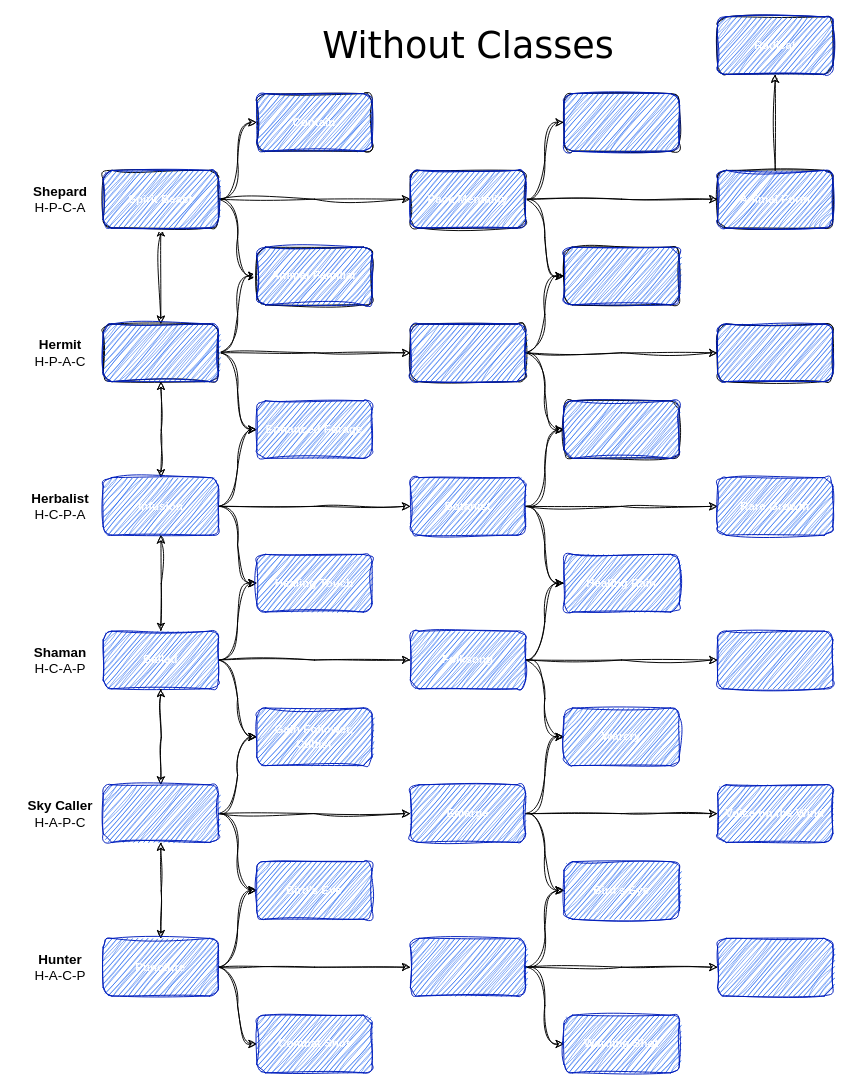
Above: handbook/class_trees/without_classes_diagram.drawio in njs992/nialls_adventure_game (draw.io), before the change. Source tidied: cells renumbered, new cells numbered last; positions are measured from the earlier drawing's top-left corner, leaving out a move shared by most shapes. Both pictures are drawn from the tidied source at 96%, with x=0, y=0 at pixel (16, 16).
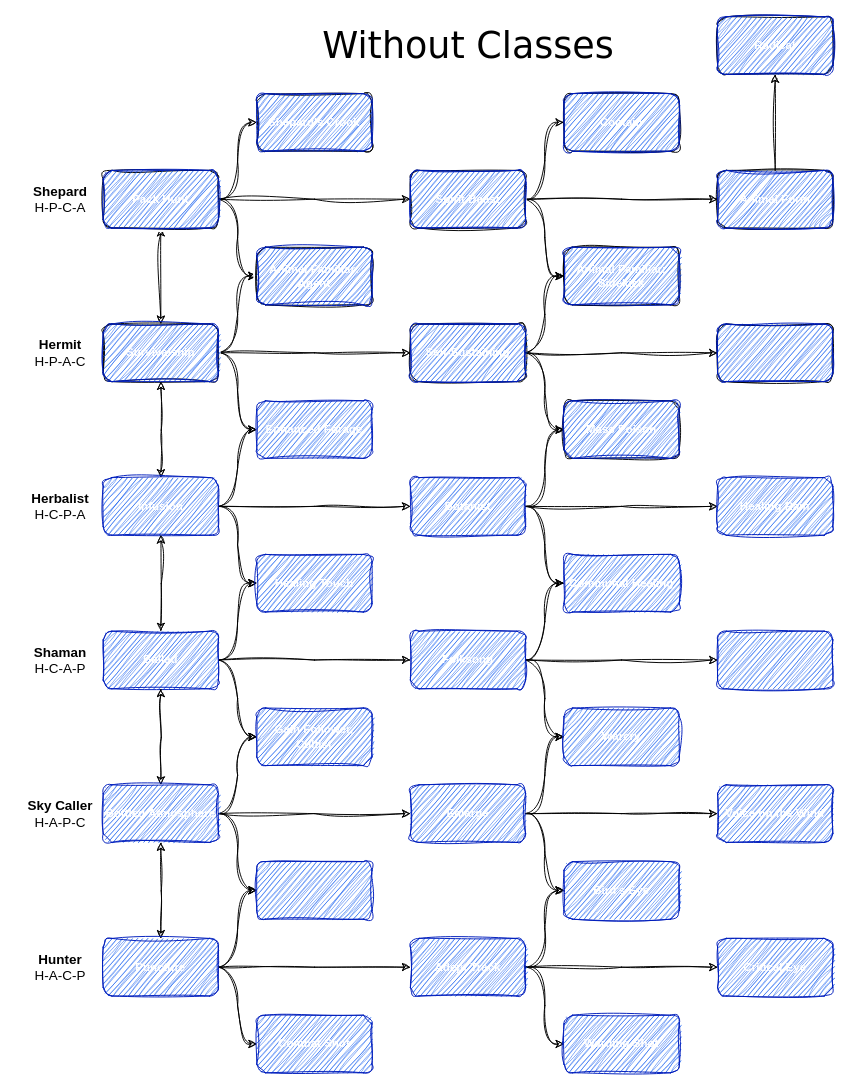
After the change.

What changed in the source:
```diff
@@
-    <mxCell id="30" style="rounded=1;whiteSpace=wrap;html=1;labelBackgroundColor=none;fillColor=#0050ef;strokeColor=#001DBC;fontColor=#ffffff;sketch=1;curveFitting=1;jiggle=2;fontStyle=1;" parent="1" vertex="1">
+    <mxCell id="30" value="Bottled Atmosphere" style="rounded=1;whiteSpace=wrap;html=1;labelBackgroundColor=none;fillColor=#0050ef;strokeColor=#001DBC;fontColor=#ffffff;sketch=1;curveFitting=1;jiggle=2;fontStyle=1;" parent="1" vertex="1">
       <mxGeometry x="90" y="800" width="120" height="60" as="geometry" />
     </mxCell>
@@
-    <mxCell id="37" value="Bird's Eye" style="rounded=1;whiteSpace=wrap;html=1;labelBackgroundColor=none;fillColor=#0050ef;strokeColor=#001DBC;fontColor=#ffffff;sketch=1;curveFitting=1;jiggle=2;fontStyle=1;" parent="1" vertex="1">
+    <mxCell id="37" style="rounded=1;whiteSpace=wrap;html=1;labelBackgroundColor=none;fillColor=#0050ef;strokeColor=#001DBC;fontColor=#ffffff;sketch=1;curveFitting=1;jiggle=2;fontStyle=1;" parent="1" vertex="1">
       <mxGeometry x="250" y="880" width="120" height="60" as="geometry" />
     </mxCell>
@@
-    <mxCell id="58" value="Healing Rain" style="rounded=1;whiteSpace=wrap;html=1;labelBackgroundColor=none;fillColor=#0050ef;strokeColor=#001DBC;fontColor=#ffffff;sketch=1;curveFitting=1;jiggle=2;fontStyle=1;" parent="1" vertex="1">
+    <mxCell id="58" value="Communal Healing" style="rounded=1;whiteSpace=wrap;html=1;labelBackgroundColor=none;fillColor=#0050ef;strokeColor=#001DBC;fontColor=#ffffff;sketch=1;curveFitting=1;jiggle=2;fontStyle=1;" parent="1" vertex="1">
       <mxGeometry x="570" y="560" width="120" height="60" as="geometry" />
     </mxCell>
@@
-    <mxCell id="67" style="rounded=1;whiteSpace=wrap;html=1;labelBackgroundColor=none;fillColor=#0050ef;strokeColor=#001DBC;fontColor=#ffffff;sketch=1;curveFitting=1;jiggle=2;fontStyle=1;" parent="1" vertex="1">
+    <mxCell id="67" value="Adept Track" style="rounded=1;whiteSpace=wrap;html=1;labelBackgroundColor=none;fillColor=#0050ef;strokeColor=#001DBC;fontColor=#ffffff;sketch=1;curveFitting=1;jiggle=2;fontStyle=1;" parent="1" vertex="1">
       <mxGeometry x="410" y="960" width="120" height="60" as="geometry" />
     </mxCell>
@@
-    <mxCell id="73" value="Rare Growth" style="rounded=1;whiteSpace=wrap;html=1;labelBackgroundColor=none;fillColor=#0050ef;strokeColor=#001DBC;fontColor=#ffffff;sketch=1;curveFitting=1;jiggle=2;fontStyle=1;" parent="1" vertex="1">
+    <mxCell id="73" value="Healing Rain" style="rounded=1;whiteSpace=wrap;html=1;labelBackgroundColor=none;fillColor=#0050ef;strokeColor=#001DBC;fontColor=#ffffff;sketch=1;curveFitting=1;jiggle=2;fontStyle=1;" parent="1" vertex="1">
       <mxGeometry x="730" y="480" width="120" height="60" as="geometry" />
     </mxCell>
@@
-    <mxCell id="76" style="rounded=1;whiteSpace=wrap;html=1;labelBackgroundColor=none;fillColor=#0050ef;strokeColor=#001DBC;fontColor=#ffffff;sketch=1;curveFitting=1;jiggle=2;fontStyle=1;" parent="1" vertex="1">
+    <mxCell id="76" value="Critical Eye" style="rounded=1;whiteSpace=wrap;html=1;labelBackgroundColor=none;fillColor=#0050ef;strokeColor=#001DBC;fontColor=#ffffff;sketch=1;curveFitting=1;jiggle=2;fontStyle=1;" parent="1" vertex="1">
       <mxGeometry x="730" y="960" width="120" height="60" as="geometry" />
     </mxCell>
@@
-    <mxCell id="78" value="Spirit Beast" style="rounded=1;whiteSpace=wrap;html=1;labelBackgroundColor=none;fillColor=#0050ef;strokeColor=#001DBC;fontColor=#ffffff;sketch=1;curveFitting=1;jiggle=2;fontStyle=1;" parent="1" vertex="1">
+    <mxCell id="78" value="Pack Hunt" style="rounded=1;whiteSpace=wrap;html=1;labelBackgroundColor=none;fillColor=#0050ef;strokeColor=#001DBC;fontColor=#ffffff;sketch=1;curveFitting=1;jiggle=2;fontStyle=1;" parent="1" vertex="1">
       <mxGeometry x="90" y="160" width="120" height="60" as="geometry" />
     </mxCell>
-    <mxCell id="79" value="Contain" style="rounded=1;whiteSpace=wrap;html=1;labelBackgroundColor=none;fillColor=#0050ef;strokeColor=#001DBC;fontColor=#ffffff;sketch=1;curveFitting=1;jiggle=2;fontStyle=1;" parent="1" vertex="1">
+    <mxCell id="79" value="Shepard's Crook" style="rounded=1;whiteSpace=wrap;html=1;labelBackgroundColor=none;fillColor=#0050ef;strokeColor=#001DBC;fontColor=#ffffff;sketch=1;curveFitting=1;jiggle=2;fontStyle=1;" parent="1" vertex="1">
       <mxGeometry x="250" y="80" width="120" height="60" as="geometry" />
     </mxCell>
-    <mxCell id="80" value="Animal Familiar" style="rounded=1;whiteSpace=wrap;html=1;labelBackgroundColor=none;fillColor=#0050ef;strokeColor=#001DBC;fontColor=#ffffff;sketch=1;curveFitting=1;jiggle=2;fontStyle=1;" parent="1" vertex="1">
+    <mxCell id="80" value="Animal Familiar: Agent" style="rounded=1;whiteSpace=wrap;html=1;labelBackgroundColor=none;fillColor=#0050ef;strokeColor=#001DBC;fontColor=#ffffff;sketch=1;curveFitting=1;jiggle=2;fontStyle=1;" parent="1" vertex="1">
       <mxGeometry x="250" y="240" width="120" height="60" as="geometry" />
     </mxCell>
-    <mxCell id="81" value="Pack Mentality" style="rounded=1;whiteSpace=wrap;html=1;labelBackgroundColor=none;fillColor=#0050ef;strokeColor=#001DBC;fontColor=#ffffff;sketch=1;curveFitting=1;jiggle=2;fontStyle=1;" parent="1" vertex="1">
+    <mxCell id="81" value="Spirit Beast" style="rounded=1;whiteSpace=wrap;html=1;labelBackgroundColor=none;fillColor=#0050ef;strokeColor=#001DBC;fontColor=#ffffff;sketch=1;curveFitting=1;jiggle=2;fontStyle=1;" parent="1" vertex="1">
       <mxGeometry x="410" y="160" width="120" height="60" as="geometry" />
     </mxCell>
-    <mxCell id="82" style="rounded=1;whiteSpace=wrap;html=1;labelBackgroundColor=none;fillColor=#0050ef;strokeColor=#001DBC;fontColor=#ffffff;sketch=1;curveFitting=1;jiggle=2;fontStyle=1;" parent="1" vertex="1">
+    <mxCell id="82" value="Contain" style="rounded=1;whiteSpace=wrap;html=1;labelBackgroundColor=none;fillColor=#0050ef;strokeColor=#001DBC;fontColor=#ffffff;sketch=1;curveFitting=1;jiggle=2;fontStyle=1;" parent="1" vertex="1">
       <mxGeometry x="570" y="80" width="120" height="60" as="geometry" />
     </mxCell>
@@
-    <mxCell id="85" style="rounded=1;whiteSpace=wrap;html=1;labelBackgroundColor=none;fillColor=#0050ef;strokeColor=#001DBC;fontColor=#ffffff;sketch=1;curveFitting=1;jiggle=2;fontStyle=1;" parent="1" vertex="1">
+    <mxCell id="85" value="Animal Familiar: Sidekick" style="rounded=1;whiteSpace=wrap;html=1;labelBackgroundColor=none;fillColor=#0050ef;strokeColor=#001DBC;fontColor=#ffffff;sketch=1;curveFitting=1;jiggle=2;fontStyle=1;" parent="1" vertex="1">
       <mxGeometry x="570" y="240" width="120" height="60" as="geometry" />
     </mxCell>
-    <mxCell id="86" style="rounded=1;whiteSpace=wrap;html=1;labelBackgroundColor=none;fillColor=#0050ef;strokeColor=#001DBC;fontColor=#ffffff;sketch=1;curveFitting=1;jiggle=2;fontStyle=1;" parent="1" vertex="1">
+    <mxCell id="86" value="Self-Sustaining" style="rounded=1;whiteSpace=wrap;html=1;labelBackgroundColor=none;fillColor=#0050ef;strokeColor=#001DBC;fontColor=#ffffff;sketch=1;curveFitting=1;jiggle=2;fontStyle=1;" parent="1" vertex="1">
       <mxGeometry x="410" y="320" width="120" height="60" as="geometry" />
     </mxCell>
-    <mxCell id="87" style="rounded=1;whiteSpace=wrap;html=1;labelBackgroundColor=none;fillColor=#0050ef;strokeColor=#001DBC;fontColor=#ffffff;sketch=1;curveFitting=1;jiggle=2;fontStyle=1;" parent="1" vertex="1">
+    <mxCell id="87" value="Survivalship" style="rounded=1;whiteSpace=wrap;html=1;labelBackgroundColor=none;fillColor=#0050ef;strokeColor=#001DBC;fontColor=#ffffff;sketch=1;curveFitting=1;jiggle=2;fontStyle=1;" parent="1" vertex="1">
       <mxGeometry x="90" y="320" width="120" height="60" as="geometry" />
     </mxCell>
@@
-    <mxCell id="89" style="rounded=1;whiteSpace=wrap;html=1;labelBackgroundColor=none;fillColor=#0050ef;strokeColor=#001DBC;fontColor=#ffffff;sketch=1;curveFitting=1;jiggle=2;fontStyle=1;" parent="1" vertex="1">
+    <mxCell id="89" value="Mass Poison" style="rounded=1;whiteSpace=wrap;html=1;labelBackgroundColor=none;fillColor=#0050ef;strokeColor=#001DBC;fontColor=#ffffff;sketch=1;curveFitting=1;jiggle=2;fontStyle=1;" parent="1" vertex="1">
       <mxGeometry x="570" y="400" width="120" height="60" as="geometry" />
     </mxCell>
```
